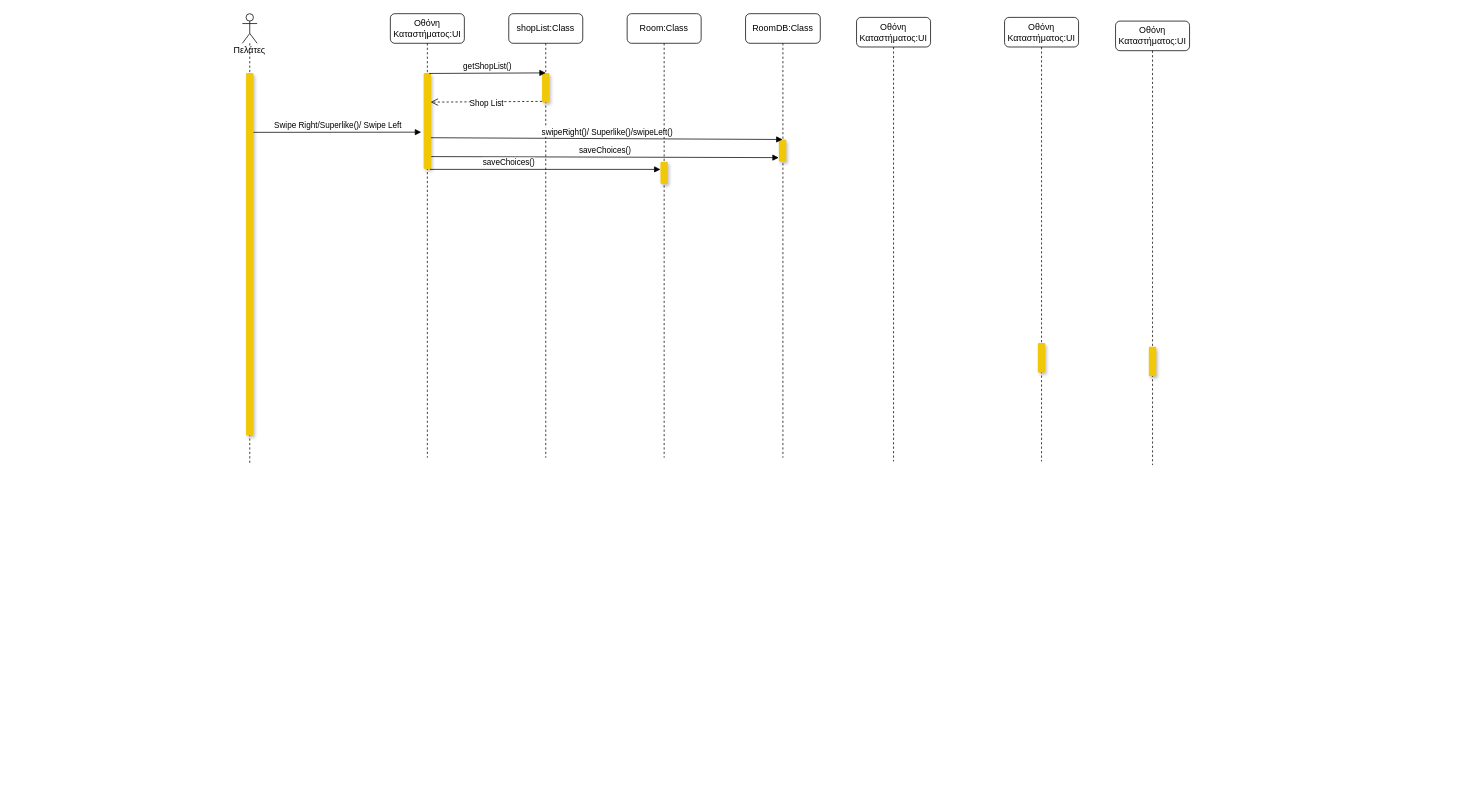
Earlier version of the draw.io diagram docs/contributions/AthanasiaZ/Writing-Charts/Phase5/User Team Choice Shop/Team_Choice_Shop_Sequence.drawio (iloudaros/nomnomr). Source tidied: cells renumbered, new cells numbered last; positions are measured from the earlier drawing's top-left corner, leaving out a move shared by most shapes. Both pictures are drawn from the tidied source at 74%, with x=0, y=0 at pixel (242, 13).
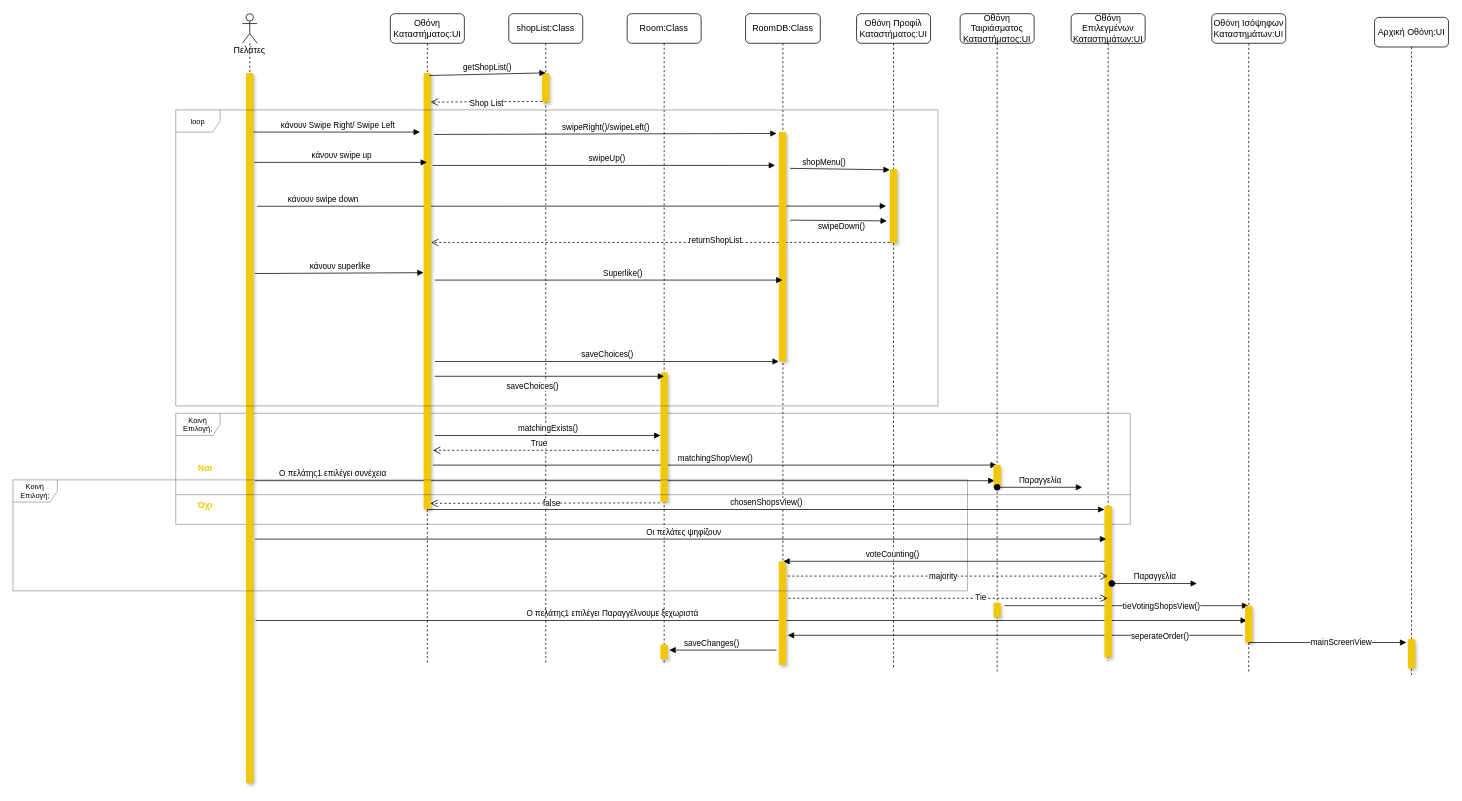
Above is the later version.

What changed in the source:
```diff
@@
+    <mxCell id="23" value="Κοινή Επιλογή;" style="shape=umlFrame;whiteSpace=wrap;html=1;rounded=0;shadow=0;fontSize=10;strokeColor=#2B2D42;strokeWidth=0.5;fillColor=#FFFFFF;" parent="1" vertex="1">
+      <mxGeometry x="-90" y="540" width="1290" height="150" as="geometry" />
+    </mxCell>
+    <mxCell id="24" style="html=1;verticalAlign=bottom;endArrow=block;rounded=0;" parent="1" edge="1" target="12">
+      <mxGeometry relative="1" as="geometry">
+        <mxPoint x="1030" y="800" as="sourcePoint" />
+      </mxGeometry>
+    </mxCell>
+    <mxCell id="25" value="tieVotingShopsView()" style="edgeLabel;html=1;align=center;verticalAlign=middle;" parent="24" vertex="1">
+      <mxGeometry x="0.23" relative="1" as="geometry">
+        <mxPoint x="8" as="offset" />
+      </mxGeometry>
+    </mxCell>
+    <mxCell id="26" value="O πελάτης1 επιλέγει συνέχεια" style="html=1;verticalAlign=bottom;endArrow=block;rounded=0;exitX=1.1;exitY=0.126;exitDx=0;exitDy=0;exitPerimeter=0;" parent="1" edge="1">
+      <mxGeometry x="-0.79" y="1" relative="1" as="geometry">
+        <mxPoint x="17" y="631.1" as="sourcePoint" />
+        <mxPoint x="1016.5" y="631.1" as="targetPoint" />
+      </mxGeometry>
+    </mxCell>
+    <mxCell id="27" style="html=1;verticalAlign=bottom;endArrow=block;rounded=0;" parent="1" edge="1">
+      <mxGeometry relative="1" as="geometry">
+        <mxPoint x="1352" y="840" as="sourcePoint" />
+        <mxPoint x="737" y="840" as="targetPoint" />
+      </mxGeometry>
+    </mxCell>
+    <mxCell id="28" value="seperateOrder()" style="edgeLabel;html=1;align=center;verticalAlign=middle;" parent="27" vertex="1">
+      <mxGeometry x="0.23" relative="1" as="geometry">
+        <mxPoint x="265" as="offset" />
+      </mxGeometry>
+    </mxCell>
+    <mxCell id="29" value="Ο πελάτης1 επιλέγει Παραγγέλνουμε ξεχωριστά" style="html=1;verticalAlign=bottom;endArrow=block;rounded=0;" parent="1" edge="1">
+      <mxGeometry x="-0.28" relative="1" as="geometry">
+        <mxPoint x="18" y="820" as="sourcePoint" />
+        <mxPoint x="1357.5" y="820" as="targetPoint" />
+      </mxGeometry>
+    </mxCell>
+    <mxCell id="30" value="returnShopList" style="html=1;verticalAlign=bottom;endArrow=open;dashed=1;endSize=8;rounded=0;exitX=0;exitY=0.991;exitDx=0;exitDy=0;exitPerimeter=0;" parent="1" edge="1" source="34" target="5">
+      <mxGeometry x="-0.24" y="6" relative="1" as="geometry" />
+    </mxCell>
+    <mxCell id="31" value="κάνουν swipe down" style="html=1;verticalAlign=bottom;endArrow=block;rounded=0;exitX=1.008;exitY=0.164;exitDx=0;exitDy=0;exitPerimeter=0;" parent="1" edge="1">
+      <mxGeometry x="-0.79" relative="1" as="geometry">
+        <mxPoint x="20" y="260.2" as="sourcePoint" />
+        <mxPoint x="870" y="260" as="targetPoint" />
+      </mxGeometry>
+    </mxCell>
     <mxCell id="2" value="Πελάτες" style="shape=umlLifeline;participant=umlActor;perimeter=lifelinePerimeter;whiteSpace=wrap;html=1;verticalAlign=top;spacingTop=36;" parent="1" vertex="1">
-      <mxGeometry width="20" height="610" as="geometry" />
+      <mxGeometry width="20" height="1040" as="geometry" />
     </mxCell>
     <mxCell id="3" style="html=1;points=[];perimeter=orthogonalPerimeter;strokeColor=none;fillColor=#F0C808;shadow=1;rounded=1;" parent="2" vertex="1">
-      <mxGeometry x="5" y="80" width="10" height="490" as="geometry" />
+      <mxGeometry x="5" y="80" width="10" height="960" as="geometry" />
     </mxCell>
     <mxCell id="4" value="Οθόνη Καταστήματος:UI" style="shape=umlLifeline;perimeter=lifelinePerimeter;whiteSpace=wrap;html=1;outlineConnect=0;rounded=1;shadow=0;fillColor=#FFFFFF;" parent="1" vertex="1">
-      <mxGeometry x="200" width="100" height="600" as="geometry" />
+      <mxGeometry x="200" width="100" height="880" as="geometry" />
     </mxCell>
     <mxCell id="5" style="html=1;points=[];perimeter=orthogonalPerimeter;rounded=1;shadow=1;fillColor=#F0C808;strokeColor=none;" parent="4" vertex="1">
-      <mxGeometry x="45" y="80" width="10" height="130" as="geometry" />
+      <mxGeometry x="45" y="80" width="10" height="590" as="geometry" />
     </mxCell>
     <mxCell id="6" value="shopList:Class" style="shape=umlLifeline;perimeter=lifelinePerimeter;whiteSpace=wrap;html=1;rounded=1;shadow=0;fillColor=#FFFFFF;" parent="1" vertex="1">
-      <mxGeometry x="360" width="100" height="600" as="geometry" />
+      <mxGeometry x="360" width="100" height="880" as="geometry" />
     </mxCell>
@@
     <mxCell id="8" value="Shop List" style="html=1;verticalAlign=bottom;endArrow=open;dashed=1;endSize=8;rounded=0;entryX=0.95;entryY=0.506;entryDx=0;entryDy=0;entryPerimeter=0;" parent="6" edge="1">
       <mxGeometry y="11" relative="1" as="geometry">
         <mxPoint x="45" y="118.5" as="sourcePoint" />
         <mxPoint x="-105.5" y="119.5" as="targetPoint" />
+        <Array as="points">
+          <mxPoint x="-40" y="119" />
+        </Array>
       </mxGeometry>
     </mxCell>
+    <mxCell id="32" value="True" style="html=1;verticalAlign=bottom;endArrow=open;dashed=1;endSize=8;rounded=0;" parent="6" edge="1">
+      <mxGeometry x="0.07" relative="1" as="geometry">
+        <mxPoint x="202.5" y="590" as="sourcePoint" />
+        <mxPoint x="-102.5" y="590" as="targetPoint" />
+        <mxPoint x="1" as="offset" />
+      </mxGeometry>
+    </mxCell>
+    <mxCell id="33" value="matchingShopView()" style="html=1;verticalAlign=bottom;endArrow=block;rounded=0;" parent="6" edge="1" target="58">
+      <mxGeometry relative="1" as="geometry">
+        <mxPoint x="-102.5" y="610" as="sourcePoint" />
+      </mxGeometry>
+    </mxCell>
-    <mxCell id="9" value="Οθόνη Καταστήματος:UI" style="shape=umlLifeline;perimeter=lifelinePerimeter;whiteSpace=wrap;html=1;rounded=1;shadow=0;fillColor=#FFFFFF;" parent="1" vertex="1">
-      <mxGeometry x="830" y="5" width="100" height="600" as="geometry" />
+    <mxCell id="9" value="Οθόνη Προφίλ Καταστήματος:UI" style="shape=umlLifeline;perimeter=lifelinePerimeter;whiteSpace=wrap;html=1;rounded=1;shadow=0;fillColor=#FFFFFF;" parent="1" vertex="1">
+      <mxGeometry x="830" width="100" height="885" as="geometry" />
     </mxCell>
+    <mxCell id="34" style="html=1;points=[];perimeter=orthogonalPerimeter;rounded=1;shadow=1;fillColor=#F0C808;strokeColor=none;" parent="9" vertex="1">
+      <mxGeometry x="45" y="210" width="10" height="100" as="geometry" />
+    </mxCell>
-    <mxCell id="10" value="Οθόνη Καταστήματος:UI" style="shape=umlLifeline;perimeter=lifelinePerimeter;whiteSpace=wrap;html=1;outlineConnect=0;rounded=1;shadow=0;fillColor=#FFFFFF;" parent="1" vertex="1">
-      <mxGeometry x="1030" y="5" width="100" height="600" as="geometry" />
+    <mxCell id="10" value="Οθόνη Επιλεγμένων Καταστημάτων:UI" style="shape=umlLifeline;perimeter=lifelinePerimeter;whiteSpace=wrap;html=1;outlineConnect=0;rounded=1;shadow=0;fillColor=#FFFFFF;" parent="1" vertex="1">
+      <mxGeometry x="1120" width="100" height="875" as="geometry" />
     </mxCell>
     <mxCell id="11" style="html=1;points=[];perimeter=orthogonalPerimeter;rounded=1;shadow=1;fillColor=#F0C808;strokeColor=none;" parent="10" vertex="1">
-      <mxGeometry x="45" y="440" width="10" height="40" as="geometry" />
+      <mxGeometry x="45" y="665" width="10" height="205" as="geometry" />
     </mxCell>
-    <mxCell id="12" value="Οθόνη Καταστήματος:UI" style="shape=umlLifeline;perimeter=lifelinePerimeter;whiteSpace=wrap;html=1;outlineConnect=0;rounded=1;shadow=0;fillColor=#FFFFFF;" parent="1" vertex="1">
-      <mxGeometry x="1180" y="10" width="100" height="600" as="geometry" />
+    <mxCell id="12" value="Οθόνη Ισόψηφων Καταστημάτων:UI" style="shape=umlLifeline;perimeter=lifelinePerimeter;whiteSpace=wrap;html=1;outlineConnect=0;rounded=1;shadow=0;fillColor=#FFFFFF;" parent="1" vertex="1">
+      <mxGeometry x="1310" width="100" height="890" as="geometry" />
     </mxCell>
     <mxCell id="13" style="html=1;perimeter=orthogonalPerimeter;rounded=1;shadow=1;fillColor=#F0C808;strokeColor=none;" parent="12" vertex="1">
-      <mxGeometry x="45" y="440" width="10" height="40" as="geometry" />
+      <mxGeometry x="45" y="800" width="10" height="50" as="geometry" />
     </mxCell>
@@
-    <mxCell id="15" value="Swipe Right/Superlike()/ Swipe Left" style="html=1;verticalAlign=bottom;endArrow=block;rounded=0;exitX=1.008;exitY=0.164;exitDx=0;exitDy=0;exitPerimeter=0;entryX=-0.333;entryY=0.624;entryDx=0;entryDy=0;entryPerimeter=0;" parent="1" edge="1" source="3">
+    <mxCell id="15" value="κάνουν Swipe Right/ Swipe Left" style="html=1;verticalAlign=bottom;endArrow=block;rounded=0;" parent="1" edge="1" source="3">
       <mxGeometry x="0.01" relative="1" as="geometry">
-        <mxPoint x="241.7" y="160.1" as="targetPoint" />
+        <mxPoint x="240" y="160" as="targetPoint" />
       </mxGeometry>
     </mxCell>
     <mxCell id="16" value="Room:Class" style="shape=umlLifeline;perimeter=lifelinePerimeter;whiteSpace=wrap;html=1;rounded=1;shadow=0;fillColor=#FFFFFF;" parent="1" vertex="1">
-      <mxGeometry x="520" width="100" height="600" as="geometry" />
+      <mxGeometry x="520" width="100" height="880" as="geometry" />
     </mxCell>
     <mxCell id="17" style="html=1;points=[];perimeter=orthogonalPerimeter;rounded=1;shadow=1;fillColor=#F0C808;strokeColor=none;" parent="16" vertex="1">
-      <mxGeometry x="45" y="200" width="10" height="30" as="geometry" />
+      <mxGeometry x="45" y="485" width="10" height="175" as="geometry" />
     </mxCell>
+    <mxCell id="35" style="html=1;perimeter=orthogonalPerimeter;rounded=1;shadow=1;fillColor=#F0C808;strokeColor=none;" parent="16" vertex="1">
+      <mxGeometry x="45" y="852.5" width="10" height="20" as="geometry" />
+    </mxCell>
     <mxCell id="18" value="RoomDB:Class" style="shape=umlLifeline;perimeter=lifelinePerimeter;whiteSpace=wrap;html=1;outlineConnect=0;rounded=1;shadow=0;fillColor=#FFFFFF;" parent="1" vertex="1">
-      <mxGeometry x="680" width="101" height="600" as="geometry" />
+      <mxGeometry x="680" width="101" height="880" as="geometry" />
     </mxCell>
     <mxCell id="19" style="html=1;points=[];perimeter=orthogonalPerimeter;rounded=1;shadow=1;fillColor=#F0C808;strokeColor=none;" parent="18" vertex="1">
-      <mxGeometry x="45" y="170" width="10" height="30" as="geometry" />
+      <mxGeometry x="45" y="160" width="10" height="310" as="geometry" />
     </mxCell>
+    <mxCell id="36" style="html=1;perimeter=orthogonalPerimeter;rounded=1;shadow=1;fillColor=#F0C808;strokeColor=none;" parent="18" vertex="1">
+      <mxGeometry x="45" y="740" width="10" height="140" as="geometry" />
+    </mxCell>
-    <mxCell id="20" value="swipeRight()/ Superlike()/swipeLeft()" style="html=1;verticalAlign=bottom;endArrow=block;rounded=0;exitX=0.99;exitY=0.674;exitDx=0;exitDy=0;exitPerimeter=0;" parent="1" edge="1" source="5">
-      <mxGeometry relative="1" as="geometry">
-        <mxPoint x="730" y="170" as="targetPoint" />
-      </mxGeometry>
+    <mxCell id="20" value="swipeRight()/swipeLeft()" style="html=1;verticalAlign=bottom;endArrow=block;rounded=0;exitX=1.4;exitY=0.141;exitDx=0;exitDy=0;exitPerimeter=0;entryX=-0.3;entryY=0.006;entryDx=0;entryDy=0;entryPerimeter=0;" parent="1" edge="1" source="5" target="19">
+      <mxGeometry relative="1" as="geometry" />
     </mxCell>
-    <mxCell id="21" value="saveChoices()" style="html=1;verticalAlign=bottom;endArrow=block;rounded=0;exitX=1.024;exitY=0.87;exitDx=0;exitDy=0;exitPerimeter=0;entryX=-0.01;entryY=0.817;entryDx=0;entryDy=0;entryPerimeter=0;" parent="1" edge="1" source="5" target="19">
-      <mxGeometry relative="1" as="geometry" />
+    <mxCell id="21" value="saveChoices()" style="html=1;verticalAlign=bottom;endArrow=block;rounded=0;" parent="1" edge="1" target="19">
+      <mxGeometry relative="1" as="geometry">
+        <mxPoint x="260" y="470" as="sourcePoint" />
+      </mxGeometry>
     </mxCell>
-    <mxCell id="22" value="saveChoices()" style="html=1;verticalAlign=bottom;endArrow=block;rounded=0;exitX=0.852;exitY=1.003;exitDx=0;exitDy=0;exitPerimeter=0;" parent="1" edge="1" source="5" target="17">
-      <mxGeometry x="-0.32" relative="1" as="geometry" />
+    <mxCell id="22" value="saveChoices()" style="html=1;verticalAlign=bottom;endArrow=block;rounded=0;" parent="1" edge="1">
+      <mxGeometry x="-0.15" y="-22" relative="1" as="geometry">
+        <mxPoint x="260" y="490" as="sourcePoint" />
+        <mxPoint x="570" y="490" as="targetPoint" />
+      </mxGeometry>
     </mxCell>
+    <mxCell id="37" value="κάνουν swipe up" style="html=1;verticalAlign=bottom;endArrow=block;rounded=0;exitX=1.1;exitY=0.126;exitDx=0;exitDy=0;exitPerimeter=0;" parent="1" edge="1" source="3" target="4">
+      <mxGeometry x="0.01" relative="1" as="geometry" />
+    </mxCell>
+    <mxCell id="38" value="&amp;nbsp;swipeUp()" style="html=1;verticalAlign=bottom;endArrow=block;rounded=0;exitX=1.2;exitY=0.212;exitDx=0;exitDy=0;exitPerimeter=0;" parent="1" edge="1" source="5">
+      <mxGeometry x="0.01" relative="1" as="geometry">
+        <mxPoint x="720" y="205" as="targetPoint" />
+      </mxGeometry>
+    </mxCell>
+    <mxCell id="39" value="&amp;nbsp;swipeDown()" style="html=1;verticalAlign=bottom;endArrow=block;rounded=0;entryX=-0.4;entryY=0.7;entryDx=0;entryDy=0;entryPerimeter=0;" parent="1" edge="1" target="34">
+      <mxGeometry x="0.04" y="-16" relative="1" as="geometry">
+        <mxPoint x="740" y="279" as="sourcePoint" />
+      </mxGeometry>
+    </mxCell>
+    <mxCell id="40" value="shopMenu()" style="html=1;verticalAlign=bottom;endArrow=block;rounded=0;entryX=0;entryY=0.01;entryDx=0;entryDy=0;entryPerimeter=0;" parent="1" edge="1" target="34">
+      <mxGeometry x="-0.32" relative="1" as="geometry">
+        <mxPoint x="740" y="209" as="sourcePoint" />
+      </mxGeometry>
+    </mxCell>
+    <mxCell id="41" value="Superlike()" style="html=1;verticalAlign=bottom;endArrow=block;rounded=0;" parent="1" edge="1" target="18">
+      <mxGeometry x="0.08" relative="1" as="geometry">
+        <mxPoint x="260" y="360" as="sourcePoint" />
+      </mxGeometry>
+    </mxCell>
+    <mxCell id="42" value="matchingExists()" style="html=1;verticalAlign=bottom;endArrow=block;rounded=0;" parent="1" edge="1" target="17">
+      <mxGeometry relative="1" as="geometry">
+        <mxPoint x="260" y="570" as="sourcePoint" />
+      </mxGeometry>
+    </mxCell>
+    <mxCell id="43" value="false" style="html=1;verticalAlign=bottom;endArrow=open;dashed=1;endSize=8;rounded=0;exitX=-0.1;exitY=1.006;exitDx=0;exitDy=0;exitPerimeter=0;entryX=0.9;entryY=0.986;entryDx=0;entryDy=0;entryPerimeter=0;" parent="1" edge="1" source="17" target="5">
+      <mxGeometry x="-0.06" y="10" relative="1" as="geometry" />
+    </mxCell>
+    <mxCell id="44" value="chosenShopsView()" style="html=1;verticalAlign=bottom;endArrow=block;rounded=0;" parent="1" edge="1" target="11">
+      <mxGeometry relative="1" as="geometry">
+        <mxPoint x="250" y="670" as="sourcePoint" />
+      </mxGeometry>
+    </mxCell>
+    <mxCell id="45" value="&amp;nbsp;voteCounting()" style="html=1;verticalAlign=bottom;endArrow=block;rounded=0;" parent="1" edge="1">
+      <mxGeometry x="0.33" relative="1" as="geometry">
+        <mxPoint x="1165.5" y="740" as="sourcePoint" />
+        <mxPoint x="731" y="740" as="targetPoint" />
+      </mxGeometry>
+    </mxCell>
+    <mxCell id="46" value="majority" style="html=1;verticalAlign=bottom;endArrow=open;dashed=1;endSize=8;rounded=0;" parent="1" edge="1" target="10">
+      <mxGeometry x="-0.03" y="-10" relative="1" as="geometry">
+        <mxPoint x="737" y="760" as="sourcePoint" />
+      </mxGeometry>
+    </mxCell>
+    <mxCell id="47" style="html=1;verticalAlign=bottom;endArrow=open;dashed=1;endSize=8;rounded=0;" parent="1" edge="1" target="10">
+      <mxGeometry x="-0.05" relative="1" as="geometry">
+        <mxPoint x="738" y="790" as="sourcePoint" />
+      </mxGeometry>
+    </mxCell>
+    <mxCell id="48" value="Tie" style="edgeLabel;html=1;align=center;verticalAlign=middle;" parent="47" vertex="1">
+      <mxGeometry x="0.2" y="2" relative="1" as="geometry" />
+    </mxCell>
+    <mxCell id="49" style="html=1;verticalAlign=bottom;endArrow=block;rounded=0;entryX=-0.2;entryY=0.12;entryDx=0;entryDy=0;entryPerimeter=0;" parent="1" edge="1" source="12" target="54">
+      <mxGeometry relative="1" as="geometry" />
+    </mxCell>
+    <mxCell id="50" value="mainScreenView" style="edgeLabel;html=1;align=center;verticalAlign=middle;" parent="49" vertex="1">
+      <mxGeometry x="0.16" relative="1" as="geometry">
+        <mxPoint x="1" as="offset" />
+      </mxGeometry>
+    </mxCell>
+    <mxCell id="51" style="html=1;verticalAlign=bottom;endArrow=block;rounded=0;" parent="1" edge="1">
+      <mxGeometry relative="1" as="geometry">
+        <mxPoint x="722" y="860" as="sourcePoint" />
+        <mxPoint x="577" y="860" as="targetPoint" />
+      </mxGeometry>
+    </mxCell>
+    <mxCell id="52" value="saveChanges()" style="edgeLabel;html=1;align=center;verticalAlign=middle;" parent="51" vertex="1">
+      <mxGeometry x="0.23" relative="1" as="geometry">
+        <mxPoint y="-10" as="offset" />
+      </mxGeometry>
+    </mxCell>
+    <mxCell id="53" value="Αρχική Οθόνη:UI" style="shape=umlLifeline;perimeter=lifelinePerimeter;whiteSpace=wrap;html=1;rounded=1;shadow=0;fillColor=#FFFFFF;" parent="1" vertex="1">
+      <mxGeometry x="1530" y="5" width="100" height="890" as="geometry" />
+    </mxCell>
+    <mxCell id="54" style="html=1;points=[];perimeter=orthogonalPerimeter;rounded=1;shadow=1;fillColor=#F0C808;strokeColor=none;" parent="53" vertex="1">
+      <mxGeometry x="45" y="840" width="10" height="40" as="geometry" />
+    </mxCell>
+    <mxCell id="55" value="κάνουν superlike" style="html=1;verticalAlign=bottom;endArrow=block;rounded=0;entryX=-0.1;entryY=0.255;entryDx=0;entryDy=0;entryPerimeter=0;exitX=1.1;exitY=0.126;exitDx=0;exitDy=0;exitPerimeter=0;" parent="1" edge="1">
+      <mxGeometry x="0.01" relative="1" as="geometry">
+        <mxPoint x="17" y="351.1" as="sourcePoint" />
+        <mxPoint x="245" y="350" as="targetPoint" />
+      </mxGeometry>
+    </mxCell>
+    <mxCell id="56" value="Οι πελάτες ψηφίζουν&amp;nbsp;" style="html=1;verticalAlign=bottom;endArrow=block;rounded=0;" parent="1" edge="1">
+      <mxGeometry x="0.01" relative="1" as="geometry">
+        <mxPoint x="17" y="710" as="sourcePoint" />
+        <mxPoint x="1167.5" y="710" as="targetPoint" />
+      </mxGeometry>
+    </mxCell>
+    <mxCell id="57" value="Παραγγελία" style="html=1;verticalAlign=bottom;startArrow=oval;startFill=1;endArrow=block;startSize=8;rounded=0;" parent="1" edge="1" source="11">
+      <mxGeometry relative="1" as="geometry">
+        <mxPoint x="1290" y="770" as="targetPoint" />
+      </mxGeometry>
+    </mxCell>
+    <mxCell id="58" value="Οθόνη Ταιριάσματος Καταστήματος:UI" style="shape=umlLifeline;perimeter=lifelinePerimeter;whiteSpace=wrap;html=1;outlineConnect=0;rounded=1;shadow=0;fillColor=#FFFFFF;" parent="1" vertex="1">
+      <mxGeometry x="970" width="100" height="890" as="geometry" />
+    </mxCell>
+    <mxCell id="59" style="html=1;perimeter=orthogonalPerimeter;rounded=1;shadow=1;fillColor=#F0C808;strokeColor=none;" parent="58" vertex="1">
+      <mxGeometry x="45" y="796" width="10" height="20" as="geometry" />
+    </mxCell>
+    <mxCell id="60" style="html=1;perimeter=orthogonalPerimeter;rounded=1;shadow=1;fillColor=#F0C808;strokeColor=none;" parent="58" vertex="1">
+      <mxGeometry x="45" y="610" width="10" height="30" as="geometry" />
+    </mxCell>
+    <mxCell id="61" value="Παραγγελία" style="html=1;verticalAlign=bottom;startArrow=oval;startFill=1;endArrow=block;startSize=8;rounded=0;" parent="1" edge="1">
+      <mxGeometry relative="1" as="geometry">
+        <mxPoint x="1020" y="640" as="sourcePoint" />
+        <mxPoint x="1135" y="640" as="targetPoint" />
+      </mxGeometry>
+    </mxCell>
+    <mxCell id="62" value="loop" style="shape=umlFrame;whiteSpace=wrap;html=1;rounded=0;shadow=0;fontSize=10;strokeColor=#2B2D42;strokeWidth=0.5;fillColor=#FFFFFF;" parent="1" vertex="1">
+      <mxGeometry x="-90" y="130" width="1030" height="400" as="geometry" />
+    </mxCell>
+    <mxCell id="63" style="endArrow=none;html=1;rounded=0;strokeWidth=0.5;strokeColor=#2B2D42;" parent="1" edge="1">
+      <mxGeometry relative="1" as="geometry">
+        <mxPoint x="1200" y="650" as="sourcePoint" />
+        <mxPoint x="-90" y="650" as="targetPoint" />
+      </mxGeometry>
+    </mxCell>
+    <mxCell id="64" value="&lt;b&gt;&lt;font style=&quot;font-size: 12px;&quot; color=&quot;#f0c808&quot;&gt;Όχι&lt;/font&gt;&lt;/b&gt;" style="text;html=1;strokeColor=none;fillColor=none;align=center;verticalAlign=middle;whiteSpace=wrap;rounded=0;shadow=0;fontSize=10;" parent="1" vertex="1">
+      <mxGeometry x="-80" y="650" width="60" height="30" as="geometry" />
+    </mxCell>
+    <mxCell id="65" value="&lt;font color=&quot;#f0c808&quot;&gt;&lt;span style=&quot;font-size: 12px;&quot;&gt;&lt;b&gt;Ναι&lt;/b&gt;&lt;/span&gt;&lt;/font&gt;" style="text;html=1;strokeColor=none;fillColor=none;align=center;verticalAlign=middle;whiteSpace=wrap;rounded=0;shadow=0;fontSize=10;" parent="1" vertex="1">
+      <mxGeometry x="-80" y="600" width="60" height="30" as="geometry" />
+    </mxCell>
+    <mxCell id="66" value="Κοινή Επιλογή;" style="shape=umlFrame;whiteSpace=wrap;html=1;rounded=0;shadow=0;fontSize=10;strokeColor=#2B2D42;strokeWidth=0.5;fillColor=#FFFFFF;" parent="1" vertex="1">
+      <mxGeometry x="-310" y="630" width="1290" height="150" as="geometry" />
+    </mxCell>
```
